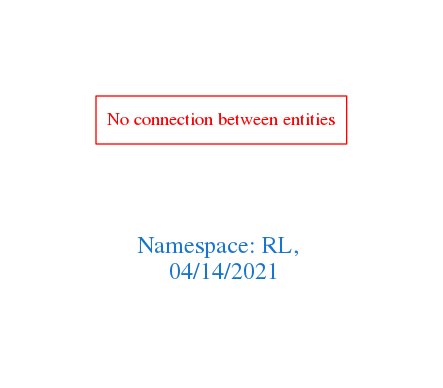
Above: downloads/RL.png in arago/OGIT (Graphviz), before the change. Its source is kept beside it as downloads/RL.dot.
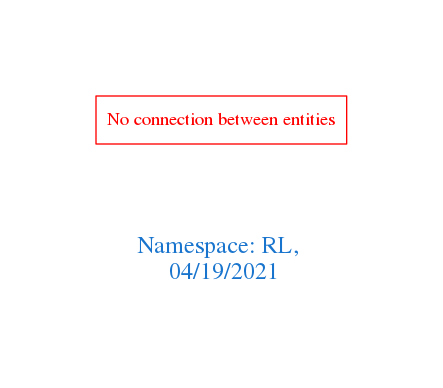
After the change.

What changed in the source:
```diff
@@ -1,7 +1,7 @@
 digraph OGIT_ontology {
  graph [ rankdir= LR,pad=1
 fontsize = 18,
-fontcolor= dodgerblue3,label = "\n\n\nNamespace: RL, \n 04/14/2021"];
+fontcolor= dodgerblue3,label = "\n\n\nNamespace: RL, \n 04/19/2021"];
 node[shape=polygon];
 edge [  color="gray81"];
 
```
